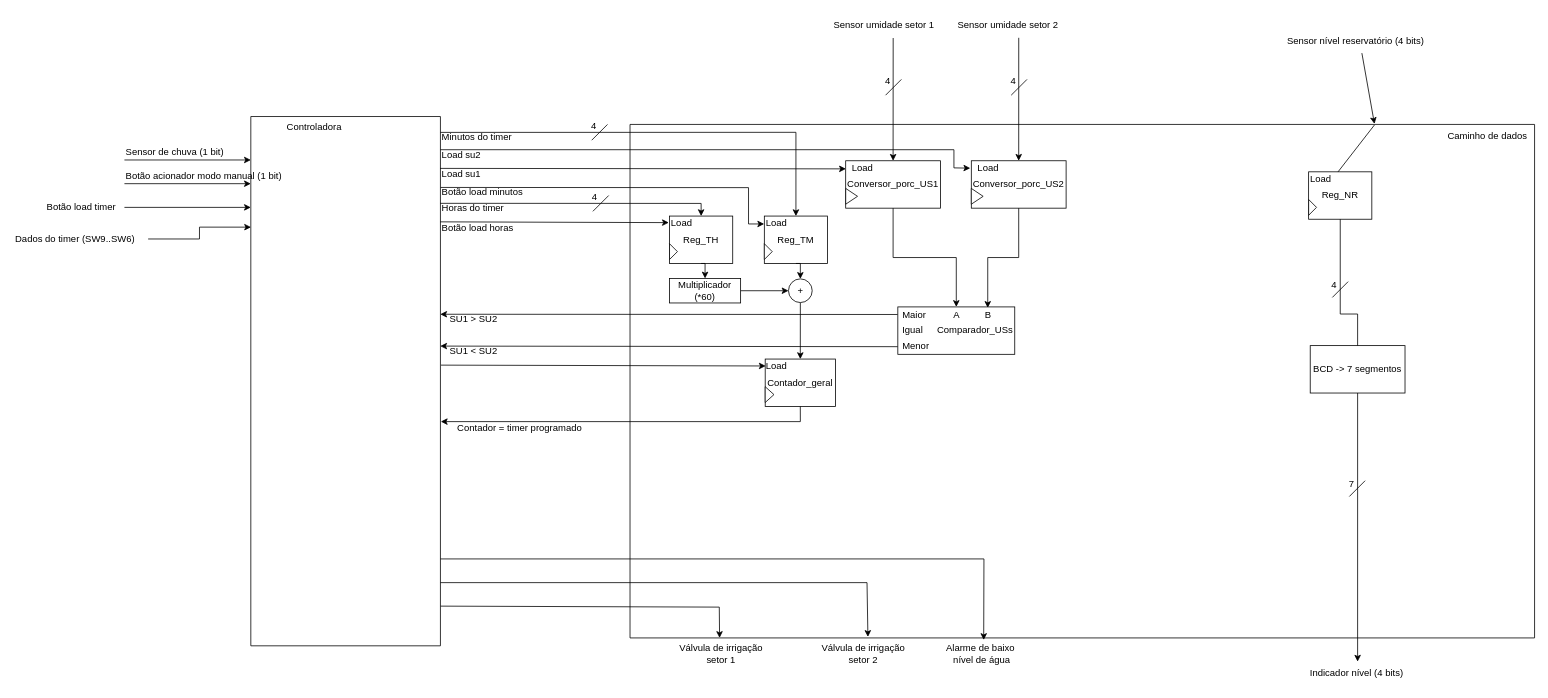
Before: page "Caminho de dados" (4 of 4) of docs/diagramas.drawio in bbiancalopess/fsm-sistema-irrigacao, a draw.io diagram. Source tidied: cells renumbered, new cells numbered last; positions are measured from the earlier drawing's top-left corner, leaving out a move shared by most shapes. Both pictures are drawn from the tidied source at 79%, with x=0, y=0 at pixel (13, 13).
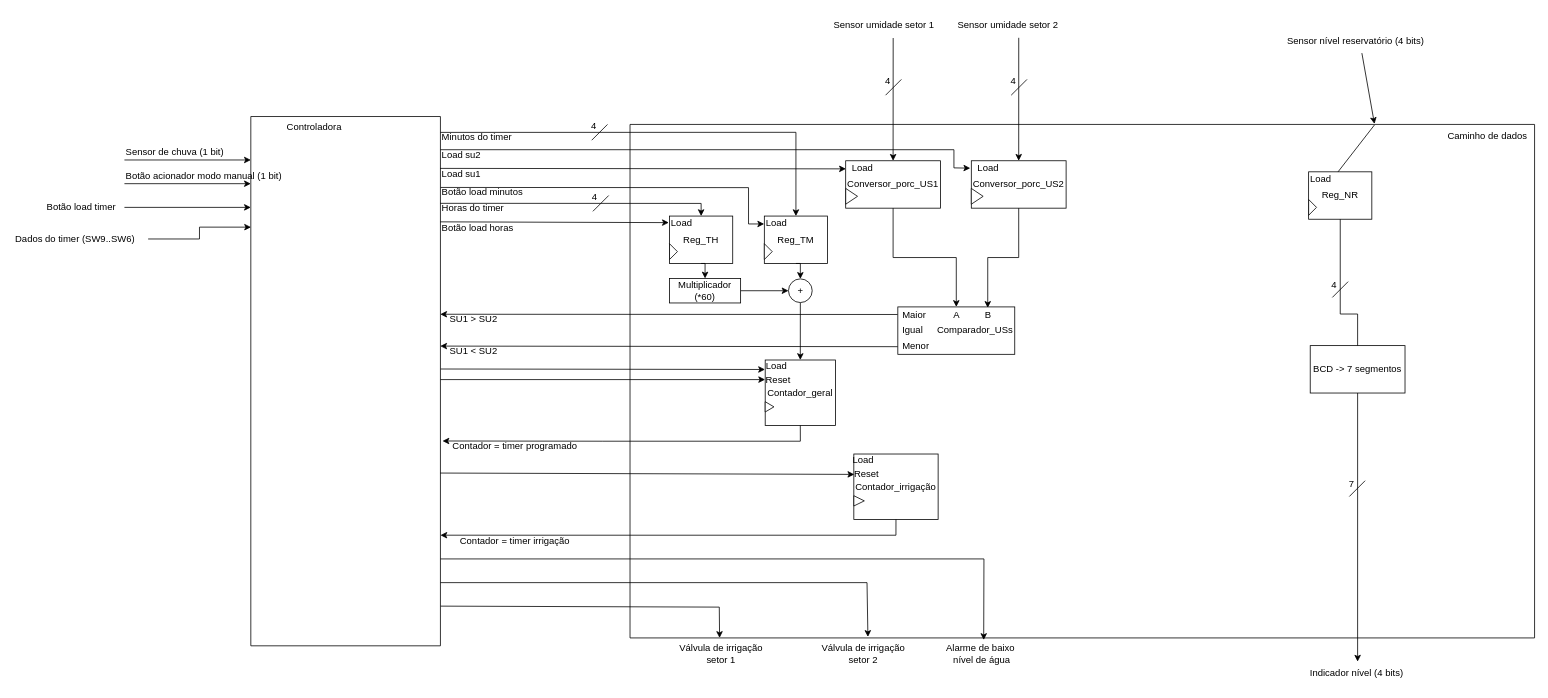
Above is the later version.

The change refers to these unchanged cells:
```xml
<mxCell id="2" style="swimlane;startSize=0;" parent="1" vertex="1">
  <mxGeometry x="780" y="140" width="1145" height="650" as="geometry" />
</mxCell>
<mxCell id="68" style="swimlane;startSize=0;" parent="1" vertex="1">
  <mxGeometry x="300" y="130" width="240" height="670" as="geometry" />
</mxCell>
```

What changed in the source:
```diff
@@
     <mxCell id="30" style="group;" parent="2" vertex="1">
-      <mxGeometry x="160" y="291" width="100" height="66" as="geometry" />
+      <mxGeometry x="160" y="291" width="100" height="90" as="geometry" />
     </mxCell>
     <mxCell id="31" value="Contador_geral" style="rounded=0;whiteSpace=wrap;html=1;" parent="30" vertex="1">
-      <mxGeometry x="11.1" y="6" width="88.9" height="60" as="geometry" />
+      <mxGeometry x="11.1" y="7.2" width="88.9" height="82.8" as="geometry" />
     </mxCell>
     <mxCell id="32" style="triangle;whiteSpace=wrap;html=1;" parent="30" vertex="1">
-      <mxGeometry x="11.1" y="41" width="11.1" height="20" as="geometry" />
+      <mxGeometry x="11.1" y="60" width="11.1" height="13" as="geometry" />
     </mxCell>
@@
+    <mxCell id="101" value="Reset" style="text;html=1;align=left;verticalAlign=middle;points=[];strokeColor=none;fillColor=none;" parent="30" vertex="1">
+      <mxGeometry x="10.1" y="18" width="50" height="30" as="geometry" />
+    </mxCell>
@@
+    <mxCell id="102" style="group;" parent="2" vertex="1">
+      <mxGeometry x="270" y="410" width="120" height="90" as="geometry" />
+    </mxCell>
+    <mxCell id="103" value="Contador_irrigação" style="rounded=0;whiteSpace=wrap;html=1;" parent="102" vertex="1">
+      <mxGeometry x="13.3" y="7.2" width="106.7" height="82.8" as="geometry" />
+    </mxCell>
+    <mxCell id="104" style="triangle;whiteSpace=wrap;html=1;" parent="102" vertex="1">
+      <mxGeometry x="13.3" y="60" width="13.3" height="13" as="geometry" />
+    </mxCell>
+    <mxCell id="105" value="Load" style="text;html=1;align=center;verticalAlign=middle;strokeColor=none;fillColor=none;" parent="102" vertex="1">
+      <mxGeometry width="50" height="30" as="geometry" />
+    </mxCell>
+    <mxCell id="106" value="Reset" style="text;html=1;align=left;verticalAlign=middle;strokeColor=none;fillColor=none;" parent="102" vertex="1">
+      <mxGeometry x="12.1" y="18" width="50" height="30" as="geometry" />
+    </mxCell>
@@
-    <mxCell id="85" style="endArrow=classic;html=1;rounded=0;entryX=0.007;entryY=0.146;entryDx=0;entryDy=0;entryPerimeter=0;exitX=1.003;exitY=0.581;exitDx=0;exitDy=0;exitPerimeter=0;" parent="1" edge="1" target="31">
-      <mxGeometry relative="1" as="geometry">
-        <mxPoint x="540.7" y="444.7" as="sourcePoint" />
-      </mxGeometry>
+    <mxCell id="85" style="endArrow=classic;html=1;rounded=0;entryX=0.015;entryY=0.04;entryDx=0;entryDy=0;entryPerimeter=0;exitX=1.001;exitY=0.477;exitDx=0;exitDy=0;exitPerimeter=0;" parent="1" edge="1" source="68" target="101">
+      <mxGeometry relative="1" as="geometry" />
     </mxCell>
-    <mxCell id="86" style="edgeStyle=orthogonalEdgeStyle;rounded=0;jettySize=auto;html=1;exitX=0.5;exitY=1;exitDx=0;exitDy=0;entryX=1.002;entryY=0.691;entryDx=0;entryDy=0;entryPerimeter=0;" parent="1" edge="1" source="31">
-      <mxGeometry relative="1" as="geometry">
-        <mxPoint x="540.5" y="516.2" as="targetPoint" />
-        <Array as="points">
-          <mxPoint x="996" y="517" />
-          <mxPoint x="541" y="517" />
-        </Array>
-      </mxGeometry>
-    </mxCell>
     <mxCell id="87" value="Contador = timer programado" style="text;html=1;align=center;verticalAlign=middle;strokeColor=none;fillColor=none;" parent="1" vertex="1">
-      <mxGeometry x="550" y="510" width="180" height="30" as="geometry" />
+      <mxGeometry x="544" y="532" width="180" height="30" as="geometry" />
     </mxCell>
@@
+    <mxCell id="107" style="edgeStyle=orthogonalEdgeStyle;rounded=0;jettySize=auto;html=1;exitX=0.5;exitY=1;exitDx=0;exitDy=0;entryX=1.011;entryY=0.613;entryDx=0;entryDy=0;entryPerimeter=0;" parent="1" edge="1" source="31" target="68">
+      <mxGeometry relative="1" as="geometry" />
+    </mxCell>
+    <mxCell id="108" style="endArrow=classic;html=1;rounded=0;entryX=0.007;entryY=0.146;entryDx=0;entryDy=0;entryPerimeter=0;exitX=1;exitY=0.497;exitDx=0;exitDy=0;exitPerimeter=0;" parent="1" edge="1" source="68">
+      <mxGeometry relative="1" as="geometry">
+        <mxPoint x="951" y="463" as="targetPoint" />
+      </mxGeometry>
+    </mxCell>
+    <mxCell id="109" style="endArrow=classic;html=1;rounded=0;entryX=0.015;entryY=0.324;entryDx=0;entryDy=0;entryPerimeter=0;exitX=1.003;exitY=0.675;exitDx=0;exitDy=0;exitPerimeter=0;" parent="1" edge="1">
+      <mxGeometry relative="1" as="geometry">
+        <mxPoint x="539.7" y="581.3" as="sourcePoint" />
+        <mxPoint x="1063.9" y="583" as="targetPoint" />
+      </mxGeometry>
+    </mxCell>
+    <mxCell id="110" style="edgeStyle=orthogonalEdgeStyle;rounded=0;jettySize=auto;html=1;exitX=0.5;exitY=1;exitDx=0;exitDy=0;entryX=1;entryY=0.791;entryDx=0;entryDy=0;entryPerimeter=0;" parent="1" edge="1" source="103" target="68">
+      <mxGeometry relative="1" as="geometry" />
+    </mxCell>
+    <mxCell id="111" value="Contador = timer irrigação" style="text;html=1;align=center;verticalAlign=middle;strokeColor=none;fillColor=none;" parent="1" vertex="1">
+      <mxGeometry x="554" y="652" width="160" height="30" as="geometry" />
+    </mxCell>
```
